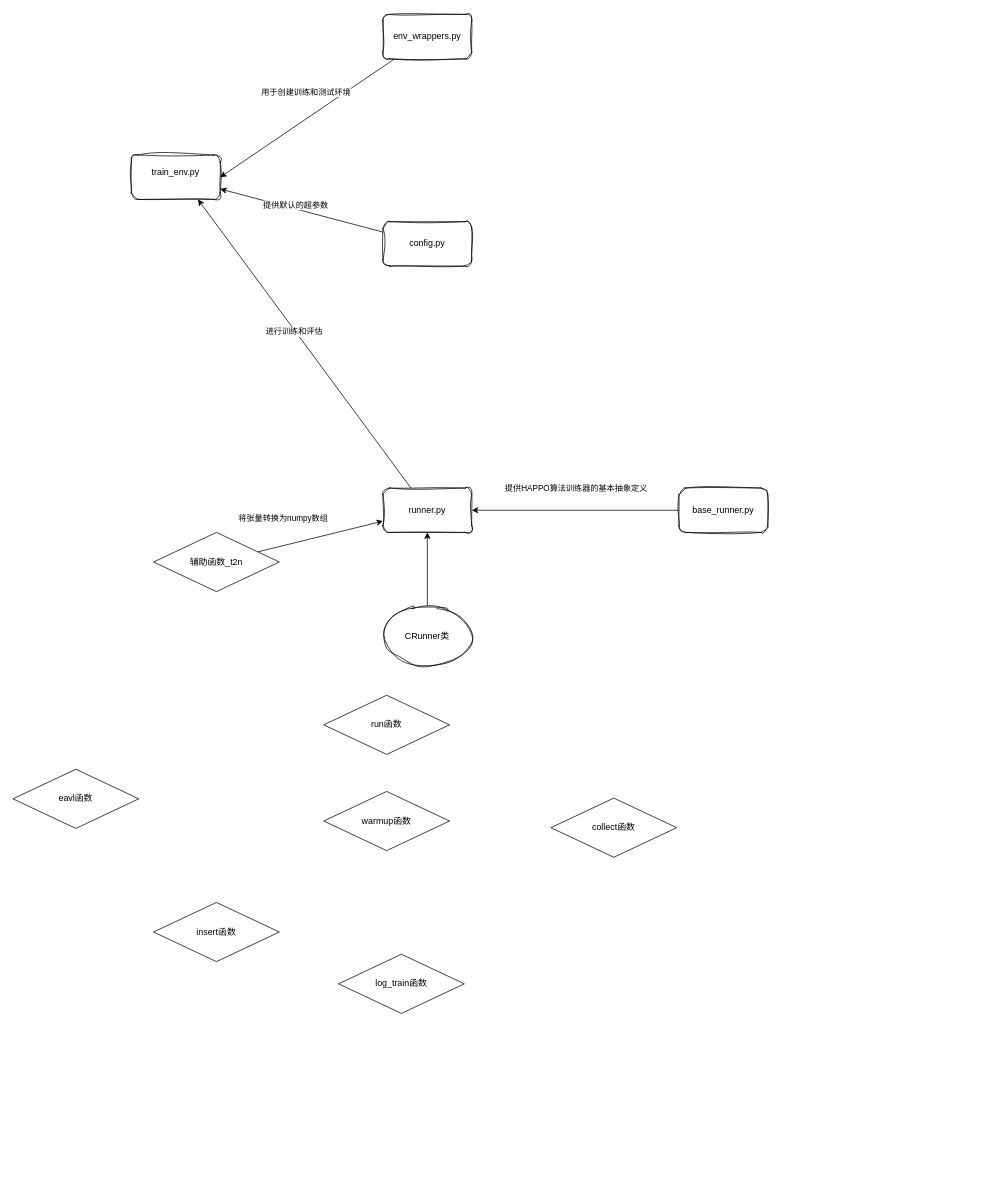
This is happo_proj.drawio from 177-Liukuan/algorithm, a draw.io file, before an edit. Source tidied: cells renumbered, new cells numbered last; positions are measured from the earlier drawing's top-left corner, leaving out a move shared by most shapes. Both pictures are drawn from the tidied source at 74%, with x=0, y=0 at pixel (13, 14).
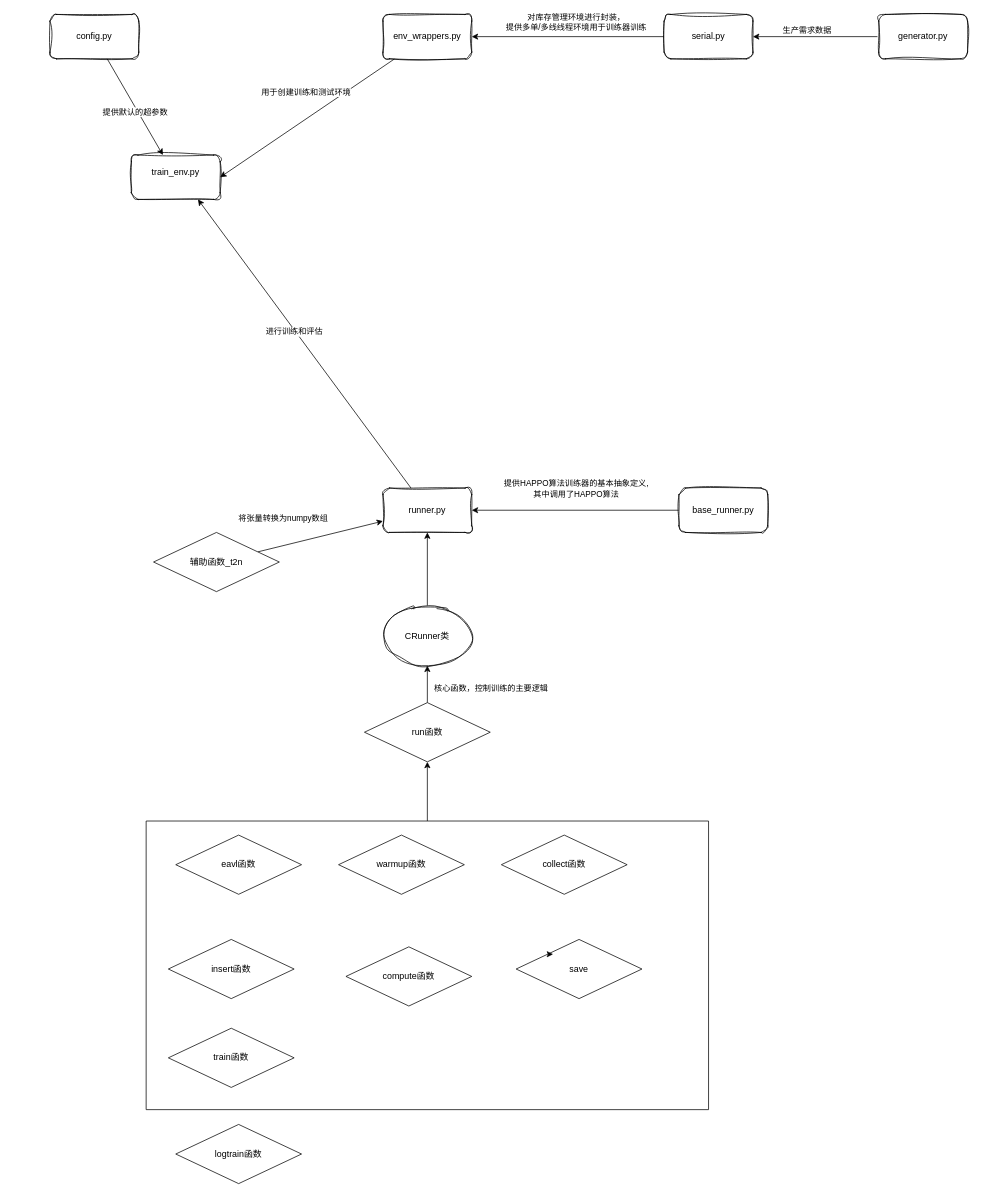
Above is the later version.

Unchanged cells that the change refers to:
```xml
<mxCell id="5" value="&lt;div&gt;&lt;div&gt;env_wrappers.py&lt;/div&gt;&lt;/div&gt;" style="rounded=1;whiteSpace=wrap;html=1;sketch=1;curveFitting=1;jiggle=2;" parent="1" vertex="1">
  <mxGeometry x="500" width="120" height="60" as="geometry" />
</mxCell>
<mxCell id="12" style="edgeStyle=orthogonalEdgeStyle;rounded=0;jettySize=auto;html=1;entryX=1;entryY=0.5;entryDx=0;entryDy=0;" parent="1" edge="1" source="14" target="11">
  <mxGeometry relative="1" as="geometry" />
</mxCell>
<mxCell id="16" value="CRunner类" style="ellipse;whiteSpace=wrap;html=1;sketch=1;curveFitting=1;jiggle=2;" parent="1" vertex="1">
  <mxGeometry x="500" y="800" width="120" height="80" as="geometry" />
</mxCell>
```

What changed in the source:
```diff
@@
     <mxCell id="8" value="&lt;div&gt;&lt;div&gt;config.py&lt;/div&gt;&lt;/div&gt;" style="rounded=1;whiteSpace=wrap;html=1;sketch=1;curveFitting=1;jiggle=2;" parent="1" vertex="1">
-      <mxGeometry x="500" y="280" width="120" height="60" as="geometry" />
+      <mxGeometry x="50" width="120" height="60" as="geometry" />
     </mxCell>
@@
-    <mxCell id="13" value="提供HAPPO算法训练器的基本抽象定义" style="edgeLabel;html=1;align=center;verticalAlign=middle;" parent="12" vertex="1">
+    <mxCell id="13" value="提供HAPPO算法训练器的基本抽象定义,&lt;div&gt;其中调用了HAPPO算法&lt;/div&gt;" style="edgeLabel;html=1;align=center;verticalAlign=middle;" parent="12" vertex="1">
       <mxGeometry x="0.08" y="-2" relative="1" as="geometry">
         <mxPoint x="11" y="-28" as="offset" />
       </mxGeometry>
     </mxCell>
@@
+    <mxCell id="26" style="edgeStyle=orthogonalEdgeStyle;rounded=0;jettySize=auto;html=1;" parent="1" edge="1" source="20" target="16">
+      <mxGeometry relative="1" as="geometry" />
+    </mxCell>
+    <mxCell id="27" value="核心函数，控制训练的主要逻辑" style="edgeLabel;html=1;align=center;verticalAlign=middle;" parent="26" vertex="1">
+      <mxGeometry x="0.16" relative="1" as="geometry">
+        <mxPoint x="85" y="9" as="offset" />
+      </mxGeometry>
+    </mxCell>
     <mxCell id="20" value="run函数" style="rhombus;whiteSpace=wrap;html=1;" parent="1" vertex="1">
-      <mxGeometry x="420" y="920" width="170" height="80" as="geometry" />
+      <mxGeometry x="475" y="930" width="170" height="80" as="geometry" />
     </mxCell>
     <mxCell id="21" value="warmup函数" style="rhombus;whiteSpace=wrap;html=1;" parent="1" vertex="1">
-      <mxGeometry x="420" y="1050" width="170" height="80" as="geometry" />
+      <mxGeometry x="440" y="1109" width="170" height="80" as="geometry" />
     </mxCell>
     <mxCell id="22" value="collect函数" style="rhombus;whiteSpace=wrap;html=1;" parent="1" vertex="1">
-      <mxGeometry x="727" y="1059" width="170" height="80" as="geometry" />
+      <mxGeometry x="660" y="1109" width="170" height="80" as="geometry" />
     </mxCell>
     <mxCell id="23" value="insert函数" style="rhombus;whiteSpace=wrap;html=1;" parent="1" vertex="1">
-      <mxGeometry x="190" y="1200" width="170" height="80" as="geometry" />
+      <mxGeometry x="210" y="1250" width="170" height="80" as="geometry" />
     </mxCell>
     <mxCell id="24" value="eavl函数" style="rhombus;whiteSpace=wrap;html=1;" parent="1" vertex="1">
-      <mxGeometry y="1020" width="170" height="80" as="geometry" />
+      <mxGeometry x="220" y="1109" width="170" height="80" as="geometry" />
     </mxCell>
-    <mxCell id="25" value="log_train函数" style="rhombus;whiteSpace=wrap;html=1;" parent="1" vertex="1">
-      <mxGeometry x="440" y="1270" width="170" height="80" as="geometry" />
+    <mxCell id="25" value="train函数" style="rhombus;whiteSpace=wrap;html=1;" parent="1" vertex="1">
+      <mxGeometry x="210" y="1370" width="170" height="80" as="geometry" />
     </mxCell>
+    <mxCell id="28" value="compute函数" style="rhombus;whiteSpace=wrap;html=1;" parent="1" vertex="1">
+      <mxGeometry x="450" y="1260" width="170" height="80" as="geometry" />
+    </mxCell>
+    <mxCell id="29" value="save" style="rhombus;whiteSpace=wrap;html=1;" parent="1" vertex="1">
+      <mxGeometry x="680" y="1250" width="170" height="80" as="geometry" />
+    </mxCell>
+    <mxCell id="30" style="edgeStyle=orthogonalEdgeStyle;rounded=0;orthogonalLoop=1;jettySize=auto;html=1;exitX=0;exitY=0;exitDx=0;exitDy=0;entryX=0.294;entryY=0.25;entryDx=0;entryDy=0;entryPerimeter=0;" parent="1" edge="1" source="29" target="29">
+      <mxGeometry relative="1" as="geometry" />
+    </mxCell>
+    <mxCell id="31" value="logtrain函数" style="rhombus;whiteSpace=wrap;html=1;" parent="1" vertex="1">
+      <mxGeometry x="220" y="1500" width="170" height="80" as="geometry" />
+    </mxCell>
+    <mxCell id="32" style="edgeStyle=orthogonalEdgeStyle;rounded=0;jettySize=auto;html=1;entryX=0.5;entryY=1;entryDx=0;entryDy=0;" parent="1" edge="1" source="33" target="20">
+      <mxGeometry relative="1" as="geometry" />
+    </mxCell>
+    <mxCell id="33" style="swimlane;startSize=0;" parent="1" vertex="1">
+      <mxGeometry x="180" y="1090" width="760" height="390" as="geometry" />
+    </mxCell>
+    <mxCell id="34" style="edgeStyle=orthogonalEdgeStyle;rounded=0;jettySize=auto;html=1;" parent="1" edge="1" source="36" target="5">
+      <mxGeometry relative="1" as="geometry" />
+    </mxCell>
+    <mxCell id="35" value="对库存管理环境进行封装，&lt;br&gt;提供多单/多线线程环境用于训练器训练" style="edgeLabel;html=1;align=center;verticalAlign=middle;" parent="34" vertex="1">
+      <mxGeometry x="0.19" y="-2" relative="1" as="geometry">
+        <mxPoint x="35" y="-18" as="offset" />
+      </mxGeometry>
+    </mxCell>
+    <mxCell id="36" value="serial.py" style="rounded=1;whiteSpace=wrap;html=1;sketch=1;curveFitting=1;jiggle=2;" parent="1" vertex="1">
+      <mxGeometry x="880" width="120" height="60" as="geometry" />
+    </mxCell>
+    <mxCell id="37" style="edgeStyle=orthogonalEdgeStyle;rounded=0;jettySize=auto;html=1;" parent="1" edge="1" source="39" target="36">
+      <mxGeometry relative="1" as="geometry" />
+    </mxCell>
+    <mxCell id="38" value="生产需求数据" style="edgeLabel;html=1;align=center;verticalAlign=middle;" parent="37" vertex="1">
+      <mxGeometry x="0.15" y="-9" relative="1" as="geometry" />
+    </mxCell>
+    <mxCell id="39" value="generator.py" style="rounded=1;whiteSpace=wrap;html=1;sketch=1;curveFitting=1;jiggle=2;" parent="1" vertex="1">
+      <mxGeometry x="1170" width="120" height="60" as="geometry" />
+    </mxCell>
```
